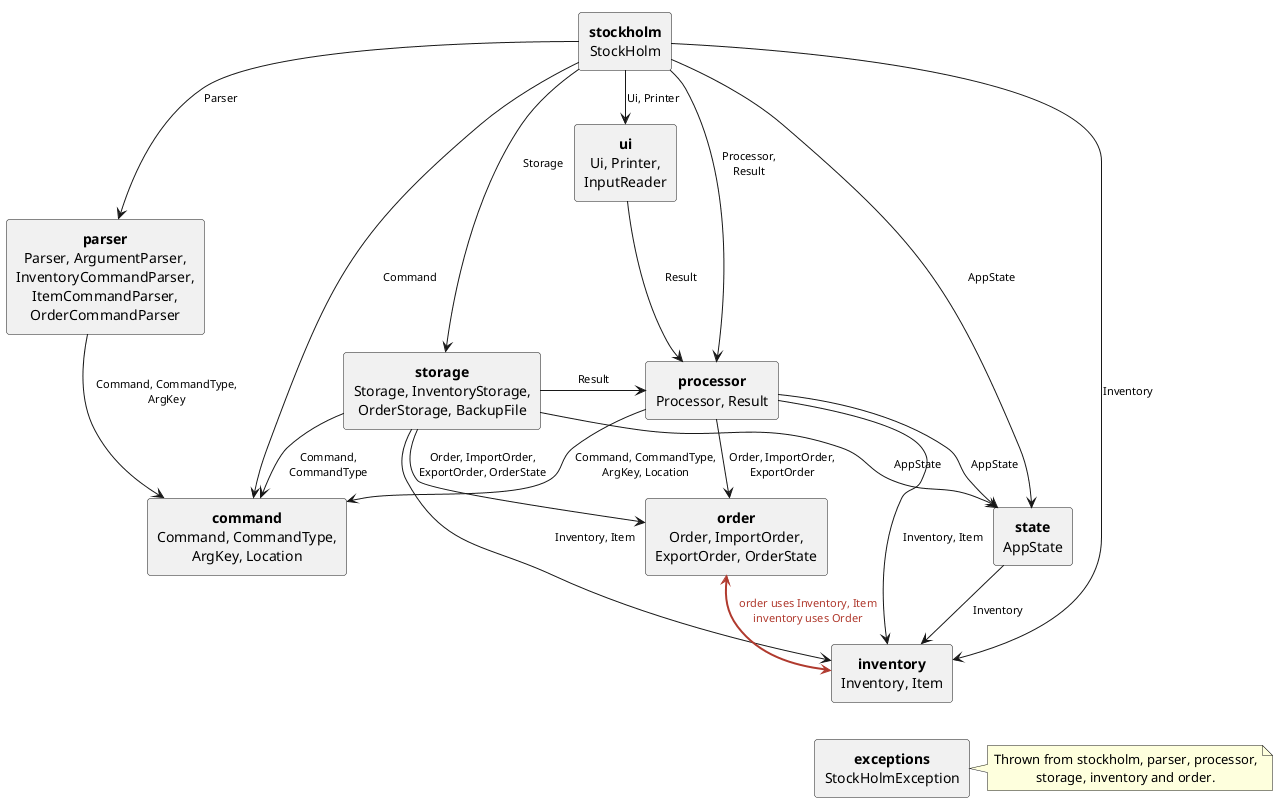
Before: docs/images/CouplingDiagram.png, a diagram exported from PlantUML (AY2627S1-CS2113-W14-4/tp). The source it was exported from:
```plantuml
@startuml
!pragma layout smetana
top to bottom direction
skinparam defaultTextAlignment center
skinparam ArrowFontSize 11
skinparam rectangle {
    RoundCorner 6
}


rectangle "**stockholm**\nStockHolm" as main
rectangle "**ui**\nUi, Printer,\nInputReader" as ui
rectangle "**parser**\nParser, ArgumentParser,\nInventoryCommandParser,\nItemCommandParser,\nOrderCommandParser" as parser
rectangle "**storage**\nStorage, InventoryStorage,\nOrderStorage, BackupFile" as storage
rectangle "**processor**\nProcessor, Result" as processor
rectangle "**command**\nCommand, CommandType,\nArgKey, Location" as command
rectangle "**state**\nAppState" as state
rectangle "**order**\nOrder, ImportOrder,\nExportOrder, OrderState" as order
rectangle "**inventory**\nInventory, Item" as inventory
rectangle "**exceptions**\nStockHolmException" as exceptions

main -down-> ui : Ui, Printer
main -down-> parser : Parser
main -down-> storage : Storage
main -down-> processor : Processor,\nResult
main -down-> state : AppState
main -down-> command : Command
main -down-> inventory : Inventory

ui -down-> processor : Result
parser -down-> command : Command, CommandType,\nArgKey
storage -right-> processor : Result
storage -down-> command : Command,\nCommandType
storage -down-> state : AppState
storage -down-> order : Order, ImportOrder,\nExportOrder, OrderState
storage -down-> inventory : Inventory, Item
processor -down-> command : Command, CommandType,\nArgKey, Location
processor -down-> state : AppState
processor -down-> order : Order, ImportOrder,\nExportOrder
processor -down-> inventory : Inventory, Item
state -down-> inventory : Inventory
order <-[#B03A2E,bold]down-> inventory : <color:#B03A2E>order uses Inventory, Item</color>\n<color:#B03A2E>inventory uses Order</color>

note right of exceptions
    Thrown from stockholm, parser, processor,
    storage, inventory and order.
end note
inventory -[hidden]down-> exceptions
@enduml
```
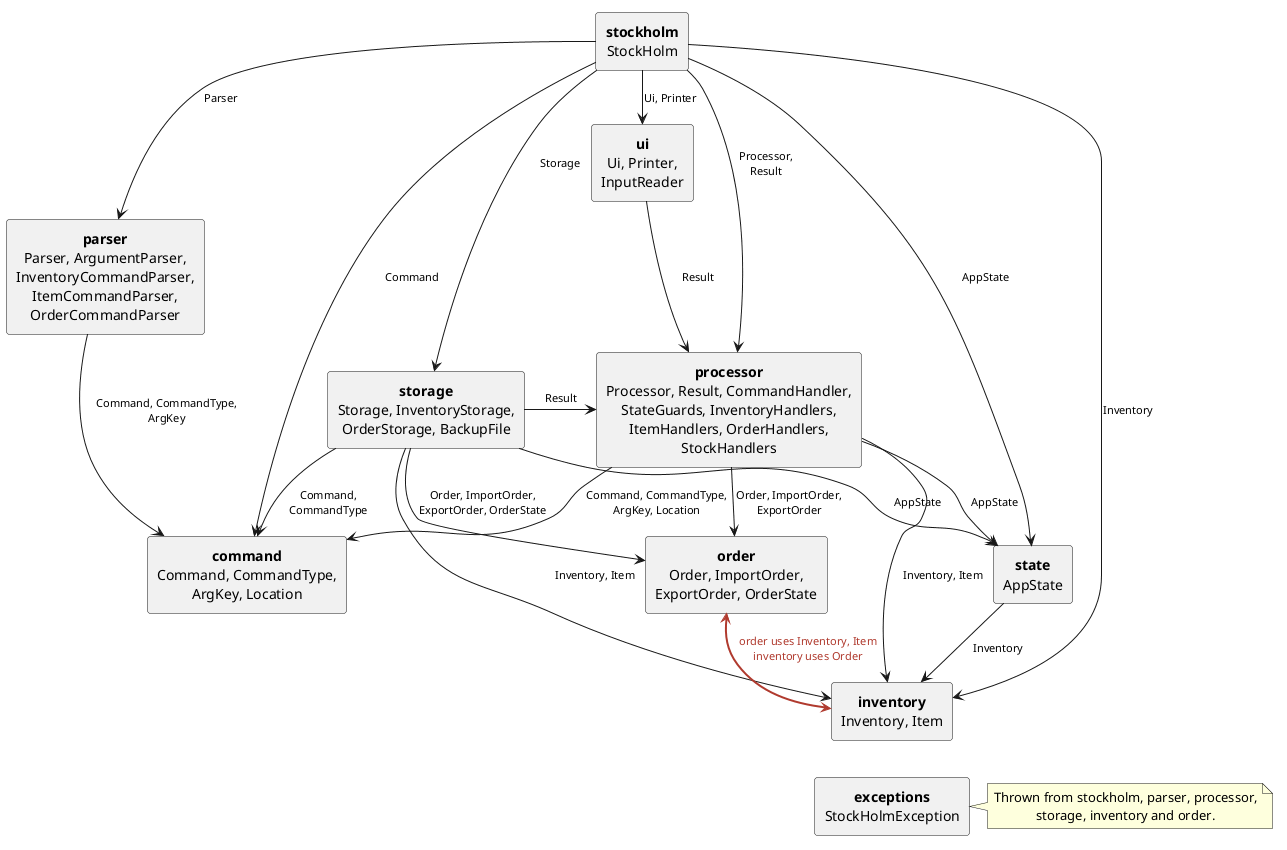
The same diagram one commit later.

The edit, as a diff of the source:
```diff
@@ -12,7 +12,7 @@
 rectangle "**ui**\nUi, Printer,\nInputReader" as ui
 rectangle "**parser**\nParser, ArgumentParser,\nInventoryCommandParser,\nItemCommandParser,\nOrderCommandParser" as parser
 rectangle "**storage**\nStorage, InventoryStorage,\nOrderStorage, BackupFile" as storage
-rectangle "**processor**\nProcessor, Result" as processor
+rectangle "**processor**\nProcessor, Result, CommandHandler,\nStateGuards, InventoryHandlers,\nItemHandlers, OrderHandlers,\nStockHandlers" as processor
 rectangle "**command**\nCommand, CommandType,\nArgKey, Location" as command
 rectangle "**state**\nAppState" as state
 rectangle "**order**\nOrder, ImportOrder,\nExportOrder, OrderState" as order
```
